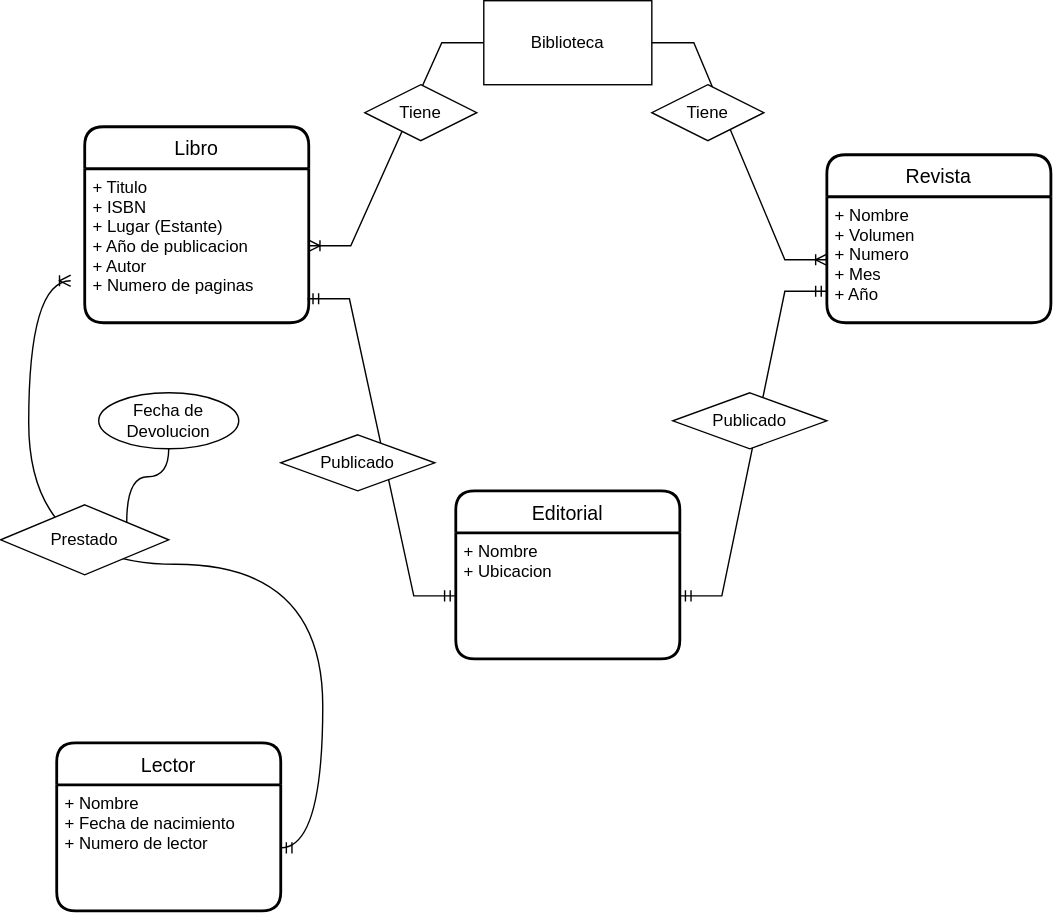
This is Tarea02/Diagramas/t2-3.svg from frgaray/FBD-2023-1, a draw.io export, as it was before one commit. Source tidied: cells renumbered, new cells last; positions are measured from the earlier drawing's top-left corner, leaving out a move shared by most shapes.
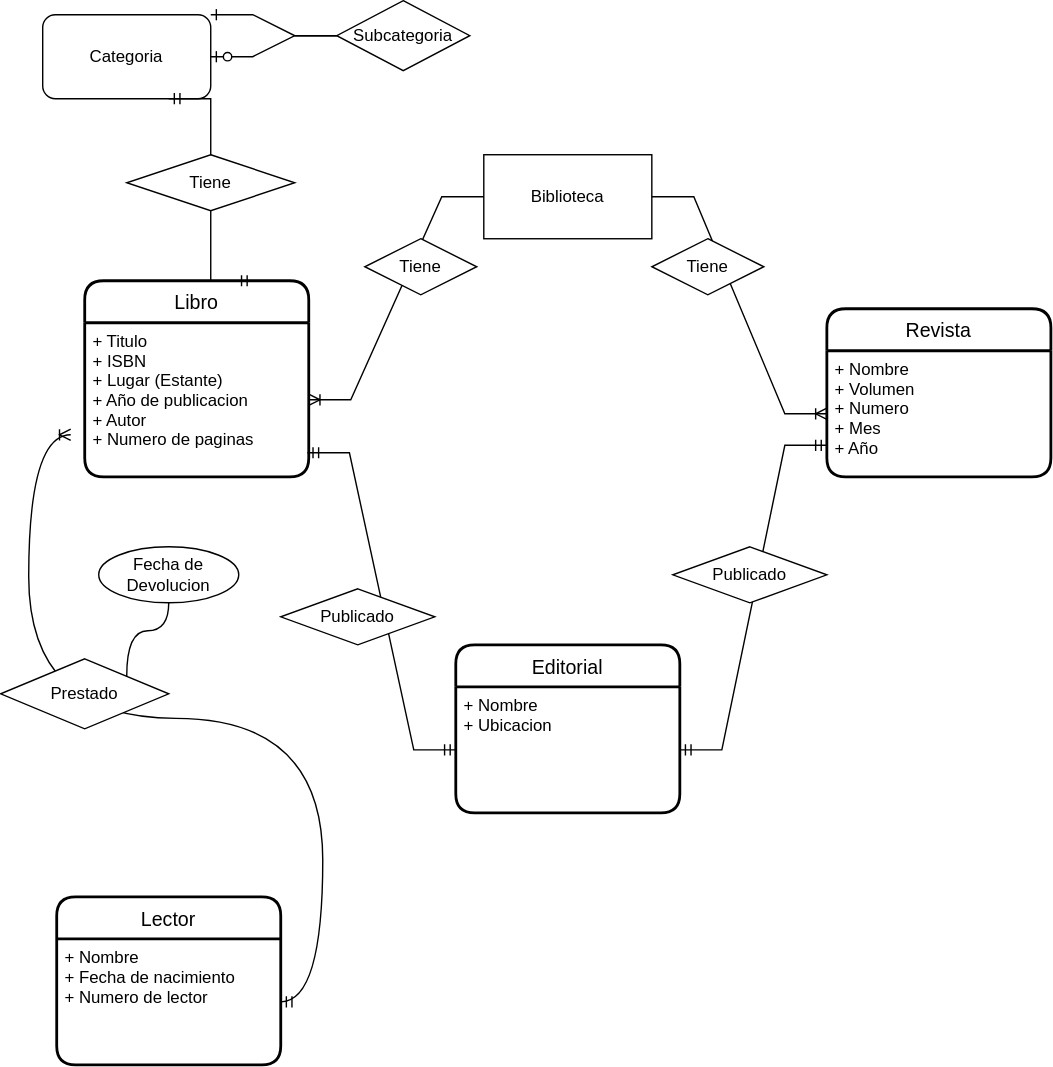
The same diagram one commit later.

Commit message:
cambie diagrama

What changed in the source:
```diff
@@ -70,5 +70,23 @@
     <mxCell id="23" value="Fecha de Devolucion" style="ellipse;whiteSpace=wrap;html=1;align=center;" parent="1" vertex="1">
       <mxGeometry x="70" y="280" width="100" height="40" as="geometry" />
     </mxCell>
+    <mxCell id="24" value="Categoria" style="rounded=1;whiteSpace=wrap;html=1;" parent="1" vertex="1">
+      <mxGeometry x="30" y="-100" width="120" height="60" as="geometry" />
+    </mxCell>
+    <mxCell id="25" style="edgeStyle=entityRelationEdgeStyle;fontSize=12;html=1;endArrow=ERmandOne;startArrow=ERmandOne;rounded=0;entryX=0.75;entryY=1;entryDx=0;entryDy=0;exitX=0.75;exitY=0;exitDx=0;exitDy=0;" parent="1" edge="1" source="3" target="24">
+      <mxGeometry relative="1" as="geometry" />
+    </mxCell>
+    <mxCell id="26" value="Tiene" style="shape=rhombus;perimeter=rhombusPerimeter;whiteSpace=wrap;html=1;align=center;" parent="1" vertex="1">
+      <mxGeometry x="90" width="120" height="40" as="geometry" />
+    </mxCell>
+    <mxCell id="27" value="Subcategoria" style="shape=rhombus;perimeter=rhombusPerimeter;whiteSpace=wrap;html=1;align=center;" parent="1" vertex="1">
+      <mxGeometry x="240" y="-110" width="95" height="50" as="geometry" />
+    </mxCell>
+    <mxCell id="28" style="edgeStyle=entityRelationEdgeStyle;fontSize=12;html=1;endArrow=ERzeroToOne;endFill=1;rounded=0;" parent="1" edge="1" source="27" target="24">
+      <mxGeometry relative="1" as="geometry" />
+    </mxCell>
+    <mxCell id="29" style="edgeStyle=entityRelationEdgeStyle;fontSize=12;html=1;endArrow=ERone;endFill=1;rounded=0;entryX=1;entryY=0;entryDx=0;entryDy=0;" parent="1" edge="1" source="27" target="24">
+      <mxGeometry relative="1" as="geometry" />
+    </mxCell>
   </root>
 </mxGraphModel>
```
